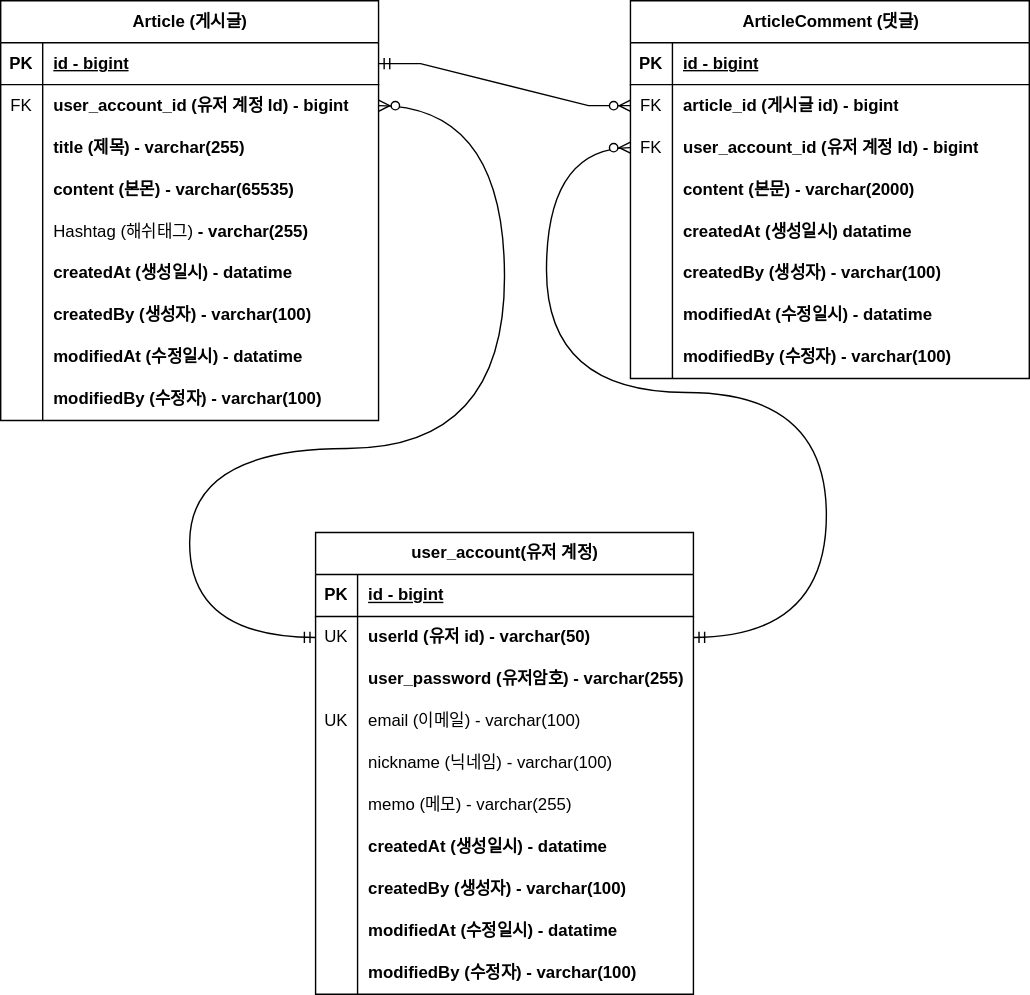
Above: document/project-board-erd.svg in sungin95/fastcampus-project-board (draw.io), before the change. Source tidied: cells renumbered, new cells last; positions are measured from the earlier drawing's top-left corner, leaving out a move shared by most shapes.
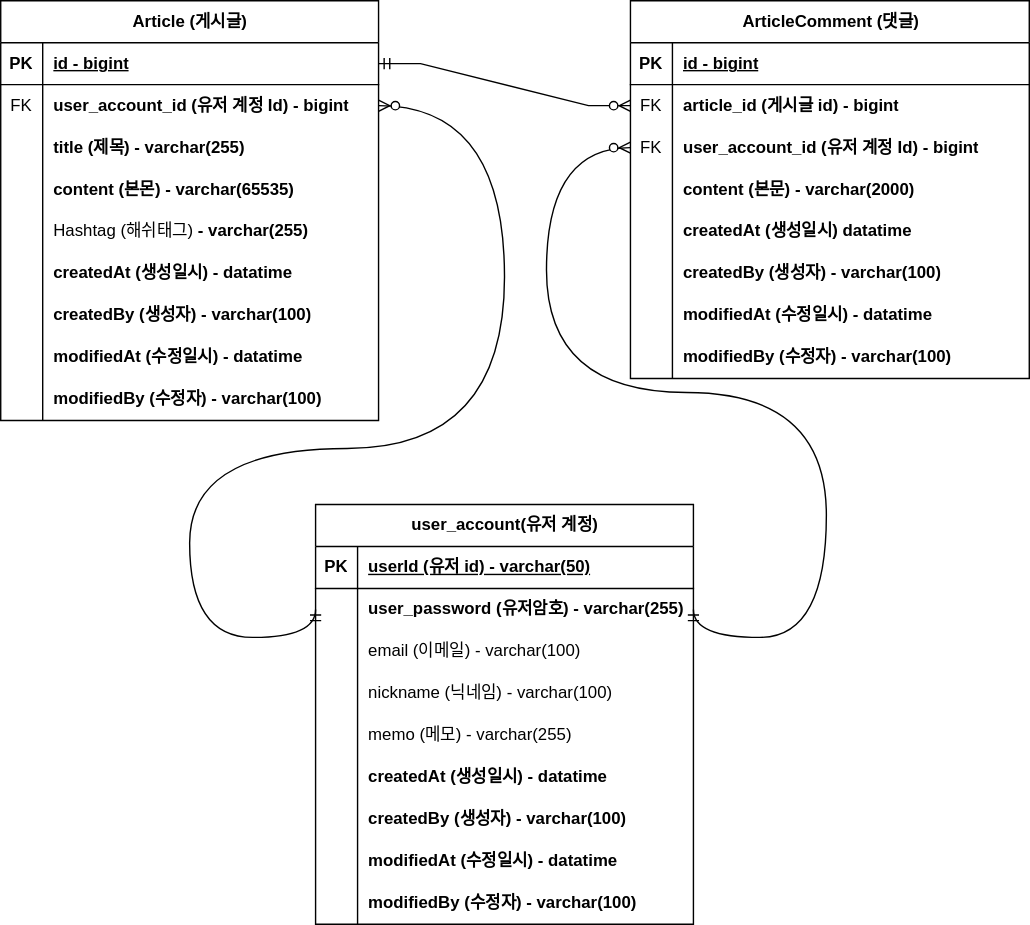
After the commit.

Commit message:
#31 - ERD 문서 수정: 회원 계정 user_id 를 PK 로 변경

Change to the diagram source:
```diff
@@ -165,7 +165,7 @@
       <mxGeometry relative="1" as="geometry" />
     </mxCell>
     <mxCell id="56" value="user_account(유저 계정)" style="shape=table;startSize=30;rowLines=0;fontStyle=1;align=center;html=1;" parent="1" vertex="1">
-      <mxGeometry x="225" y="380" width="270" height="330" as="geometry" />
+      <mxGeometry x="225" y="360" width="270" height="300" as="geometry" />
     </mxCell>
     <mxCell id="57" style="shape=tableRow;horizontal=0;startSize=0;swimlaneHead=0;swimlaneBody=0;fillColor=none;top=0;left=0;right=0;bottom=1;" parent="56" vertex="1">
       <mxGeometry y="30" width="270" height="30" as="geometry" />
@@ -173,20 +173,11 @@
     <mxCell id="58" value="PK" style="shape=partialRectangle;fillColor=none;top=0;left=0;bottom=0;right=0;fontStyle=1;overflow=hidden;whiteSpace=wrap;html=1;" parent="57" vertex="1">
       <mxGeometry width="30" height="30" as="geometry" />
     </mxCell>
-    <mxCell id="59" value="id - bigint" style="shape=partialRectangle;fillColor=none;top=0;left=0;bottom=0;right=0;align=left;spacingLeft=6;fontStyle=5;overflow=hidden;whiteSpace=wrap;html=1;" parent="57" vertex="1">
+    <mxCell id="59" value="&lt;b style=&quot;border-color: var(--border-color);&quot;&gt;userId (유저 id) - varchar(50)&lt;/b&gt;" style="shape=partialRectangle;fillColor=none;top=0;left=0;bottom=0;right=0;align=left;spacingLeft=6;fontStyle=5;overflow=hidden;whiteSpace=wrap;html=1;" parent="57" vertex="1">
       <mxGeometry x="30" width="240" height="30" as="geometry" />
     </mxCell>
-    <mxCell id="60" style="shape=tableRow;horizontal=0;startSize=0;swimlaneHead=0;swimlaneBody=0;fillColor=none;points=[[0,0.5],[1,0.5]];portConstraint=eastwest;top=0;left=0;right=0;bottom=0;" parent="56" vertex="1">
-      <mxGeometry y="60" width="270" height="30" as="geometry" />
-    </mxCell>
-    <mxCell id="61" value="UK" style="shape=partialRectangle;fillColor=none;top=0;left=0;bottom=0;right=0;overflow=hidden;whiteSpace=wrap;html=1;" parent="60" vertex="1">
-      <mxGeometry width="30" height="30" as="geometry" />
-    </mxCell>
-    <mxCell id="62" value="&lt;b&gt;userId (유저 id) - varchar(50)&lt;/b&gt;" style="shape=partialRectangle;fillColor=none;top=0;left=0;bottom=0;right=0;align=left;spacingLeft=6;overflow=hidden;whiteSpace=wrap;html=1;" parent="60" vertex="1">
-      <mxGeometry x="30" width="240" height="30" as="geometry" />
-    </mxCell>
     <mxCell id="63" style="shape=tableRow;horizontal=0;startSize=0;swimlaneHead=0;swimlaneBody=0;fillColor=none;top=0;left=0;right=0;bottom=0;" parent="56" vertex="1">
-      <mxGeometry y="90" width="270" height="30" as="geometry" />
+      <mxGeometry y="60" width="270" height="30" as="geometry" />
     </mxCell>
     <mxCell id="64" style="shape=partialRectangle;fillColor=none;top=0;left=0;bottom=0;right=0;overflow=hidden;whiteSpace=wrap;html=1;" parent="63" vertex="1">
       <mxGeometry width="30" height="30" as="geometry" />
@@ -195,16 +186,16 @@
       <mxGeometry x="30" width="240" height="30" as="geometry" />
     </mxCell>
     <mxCell id="66" style="shape=tableRow;horizontal=0;startSize=0;swimlaneHead=0;swimlaneBody=0;fillColor=none;top=0;left=0;right=0;bottom=0;" parent="56" vertex="1">
-      <mxGeometry y="120" width="270" height="30" as="geometry" />
+      <mxGeometry y="90" width="270" height="30" as="geometry" />
     </mxCell>
-    <mxCell id="67" value="UK" style="shape=partialRectangle;fillColor=none;top=0;left=0;bottom=0;right=0;overflow=hidden;whiteSpace=wrap;html=1;" parent="66" vertex="1">
+    <mxCell id="67" style="shape=partialRectangle;fillColor=none;top=0;left=0;bottom=0;right=0;overflow=hidden;whiteSpace=wrap;html=1;" parent="66" vertex="1">
       <mxGeometry width="30" height="30" as="geometry" />
     </mxCell>
     <mxCell id="68" value="email (이메일) - varchar(100)" style="shape=partialRectangle;fillColor=none;top=0;left=0;bottom=0;right=0;align=left;spacingLeft=6;overflow=hidden;whiteSpace=wrap;html=1;" parent="66" vertex="1">
       <mxGeometry x="30" width="240" height="30" as="geometry" />
     </mxCell>
     <mxCell id="69" style="shape=tableRow;horizontal=0;startSize=0;swimlaneHead=0;swimlaneBody=0;fillColor=none;top=0;left=0;right=0;bottom=0;" parent="56" vertex="1">
-      <mxGeometry y="150" width="270" height="30" as="geometry" />
+      <mxGeometry y="120" width="270" height="30" as="geometry" />
     </mxCell>
     <mxCell id="70" style="shape=partialRectangle;fillColor=none;top=0;left=0;bottom=0;right=0;overflow=hidden;whiteSpace=wrap;html=1;" parent="69" vertex="1">
       <mxGeometry width="30" height="30" as="geometry" />
@@ -213,7 +204,7 @@
       <mxGeometry x="30" width="240" height="30" as="geometry" />
     </mxCell>
     <mxCell id="72" style="shape=tableRow;horizontal=0;startSize=0;swimlaneHead=0;swimlaneBody=0;fillColor=none;top=0;left=0;right=0;bottom=0;" parent="56" vertex="1">
-      <mxGeometry y="180" width="270" height="30" as="geometry" />
+      <mxGeometry y="150" width="270" height="30" as="geometry" />
     </mxCell>
     <mxCell id="73" style="shape=partialRectangle;fillColor=none;top=0;left=0;bottom=0;right=0;overflow=hidden;whiteSpace=wrap;html=1;" parent="72" vertex="1">
       <mxGeometry width="30" height="30" as="geometry" />
@@ -222,7 +213,7 @@
       <mxGeometry x="30" width="240" height="30" as="geometry" />
     </mxCell>
     <mxCell id="75" style="shape=tableRow;horizontal=0;startSize=0;swimlaneHead=0;swimlaneBody=0;fillColor=none;top=0;left=0;right=0;bottom=0;" parent="56" vertex="1">
-      <mxGeometry y="210" width="270" height="30" as="geometry" />
+      <mxGeometry y="180" width="270" height="30" as="geometry" />
     </mxCell>
     <mxCell id="76" style="shape=partialRectangle;fillColor=none;top=0;left=0;bottom=0;right=0;overflow=hidden;whiteSpace=wrap;html=1;" parent="75" vertex="1">
       <mxGeometry width="30" height="30" as="geometry" />
@@ -231,7 +222,7 @@
       <mxGeometry x="30" width="240" height="30" as="geometry" />
     </mxCell>
     <mxCell id="78" style="shape=tableRow;horizontal=0;startSize=0;swimlaneHead=0;swimlaneBody=0;fillColor=none;top=0;left=0;right=0;bottom=0;" parent="56" vertex="1">
-      <mxGeometry y="240" width="270" height="30" as="geometry" />
+      <mxGeometry y="210" width="270" height="30" as="geometry" />
     </mxCell>
     <mxCell id="79" style="shape=partialRectangle;fillColor=none;top=0;left=0;bottom=0;right=0;overflow=hidden;whiteSpace=wrap;html=1;" parent="78" vertex="1">
       <mxGeometry width="30" height="30" as="geometry" />
@@ -240,7 +231,7 @@
       <mxGeometry x="30" width="240" height="30" as="geometry" />
     </mxCell>
     <mxCell id="81" style="shape=tableRow;horizontal=0;startSize=0;swimlaneHead=0;swimlaneBody=0;fillColor=none;top=0;left=0;right=0;bottom=0;" parent="56" vertex="1">
-      <mxGeometry y="270" width="270" height="30" as="geometry" />
+      <mxGeometry y="240" width="270" height="30" as="geometry" />
     </mxCell>
     <mxCell id="82" style="shape=partialRectangle;fillColor=none;top=0;left=0;bottom=0;right=0;overflow=hidden;whiteSpace=wrap;html=1;" parent="81" vertex="1">
       <mxGeometry width="30" height="30" as="geometry" />
@@ -249,7 +240,7 @@
       <mxGeometry x="30" width="240" height="30" as="geometry" />
     </mxCell>
     <mxCell id="84" style="shape=tableRow;horizontal=0;startSize=0;swimlaneHead=0;swimlaneBody=0;fillColor=none;top=0;left=0;right=0;bottom=0;" parent="56" vertex="1">
-      <mxGeometry y="300" width="270" height="30" as="geometry" />
+      <mxGeometry y="270" width="270" height="30" as="geometry" />
     </mxCell>
     <mxCell id="85" style="shape=partialRectangle;fillColor=none;top=0;left=0;bottom=0;right=0;overflow=hidden;whiteSpace=wrap;html=1;" parent="84" vertex="1">
       <mxGeometry width="30" height="30" as="geometry" />
@@ -257,8 +248,9 @@
     <mxCell id="86" value="&lt;b&gt;modifiedBy (수정자)&amp;nbsp;&lt;/b&gt;&lt;b style=&quot;border-color: var(--border-color);&quot;&gt;- varchar(100)&lt;/b&gt;" style="shape=partialRectangle;fillColor=none;top=0;left=0;bottom=0;right=0;align=left;spacingLeft=6;overflow=hidden;whiteSpace=wrap;html=1;" parent="84" vertex="1">
       <mxGeometry x="30" width="240" height="30" as="geometry" />
     </mxCell>
-    <mxCell id="87" style="edgeStyle=orthogonalEdgeStyle;fontSize=12;html=1;endArrow=ERzeroToMany;startArrow=ERmandOne;rounded=0;exitX=1;exitY=0.5;exitDx=0;exitDy=0;entryX=0;entryY=0.5;entryDx=0;entryDy=0;curved=1;" parent="1" edge="1" source="60" target="37">
+    <mxCell id="87" style="edgeStyle=orthogonalEdgeStyle;fontSize=12;html=1;endArrow=ERzeroToMany;startArrow=ERmandOne;rounded=0;exitX=1;exitY=0.5;exitDx=0;exitDy=0;entryX=0;entryY=0.5;entryDx=0;entryDy=0;curved=1;" parent="1" edge="1" target="37">
       <mxGeometry relative="1" as="geometry">
+        <mxPoint x="495" y="435" as="sourcePoint" />
         <Array as="points">
           <mxPoint x="590" y="455" />
           <mxPoint x="590" y="280" />
@@ -267,8 +259,9 @@
         </Array>
       </mxGeometry>
     </mxCell>
-    <mxCell id="88" style="edgeStyle=orthogonalEdgeStyle;fontSize=12;html=1;endArrow=ERzeroToMany;startArrow=ERmandOne;rounded=0;exitX=0;exitY=0.5;exitDx=0;exitDy=0;curved=1;" parent="1" edge="1" source="60" target="6">
+    <mxCell id="88" style="edgeStyle=orthogonalEdgeStyle;fontSize=12;html=1;endArrow=ERzeroToMany;startArrow=ERmandOne;rounded=0;exitX=0;exitY=0.5;exitDx=0;exitDy=0;curved=1;" parent="1" edge="1" target="6">
       <mxGeometry relative="1" as="geometry">
+        <mxPoint x="225" y="435" as="sourcePoint" />
         <Array as="points">
           <mxPoint x="135" y="455" />
           <mxPoint x="135" y="320" />
```
